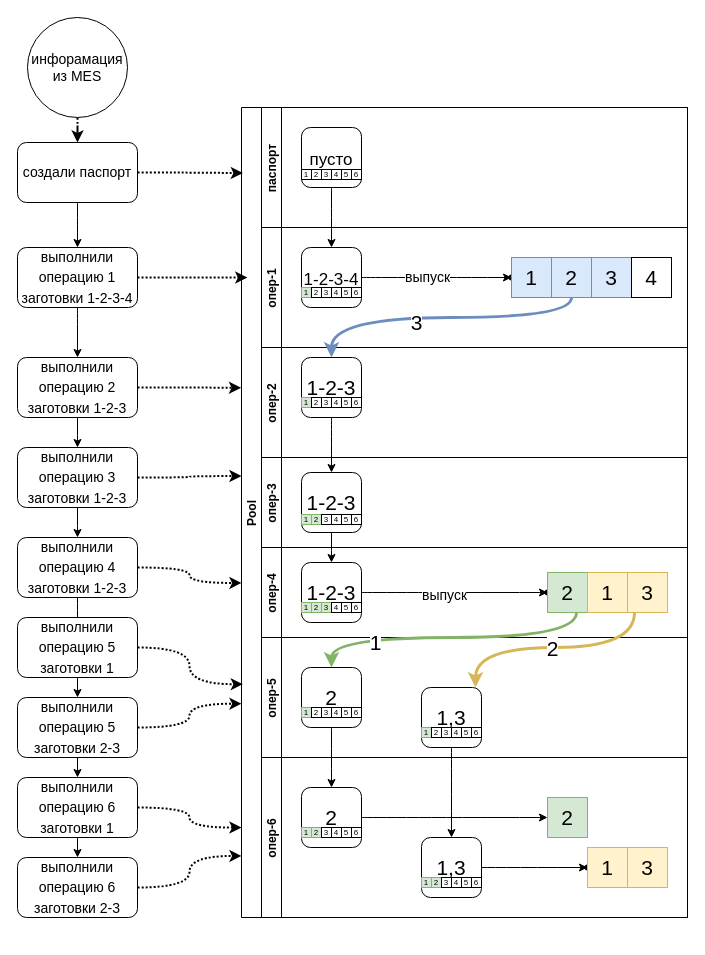
sashok74/Rarus keeps this draw.io diagram as VSMPO/models/Пример дополнительных этапов 3.drawio. Above is the earlier version. Source tidied: cells renumbered, new cells numbered last; positions are measured from the earlier drawing's top-left corner, leaving out a move shared by most shapes. Both pictures are drawn from the tidied source at 100%, with x=0, y=0 at pixel (17, 17).
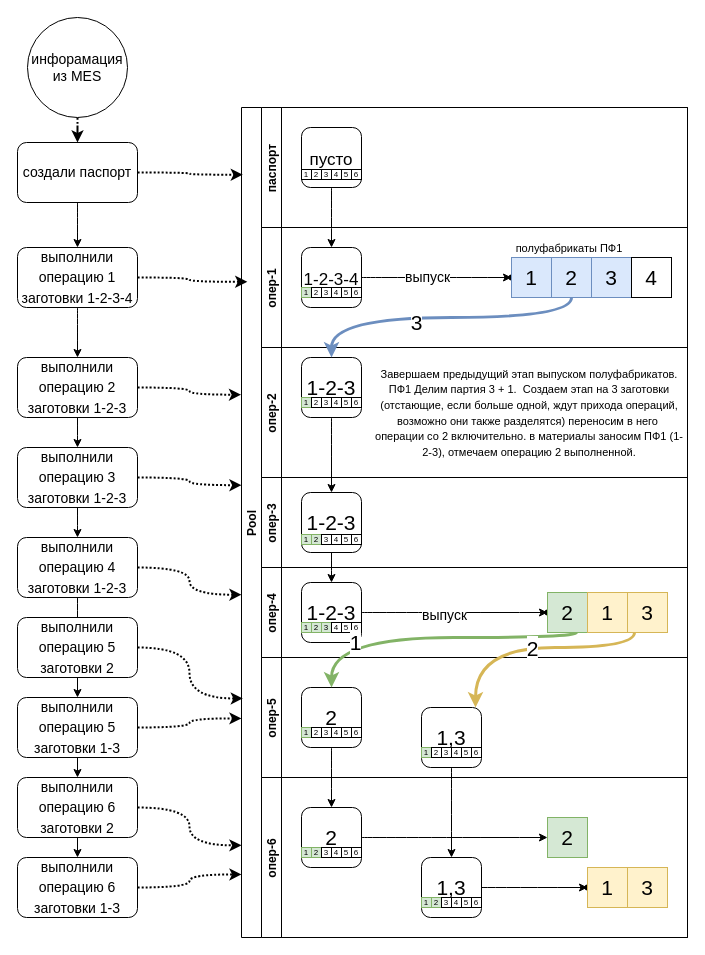
The same diagram, later.

Unchanged cells that the change refers to:
```xml
<mxCell id="15" value="опер-1" style="swimlane;startSize=20;horizontal=0;" parent="2" vertex="1">
  <mxGeometry x="20" y="120" width="426" height="120" as="geometry" />
</mxCell>
```

What changed in the source:
```diff
@@
     <mxCell id="2" value="Pool" style="swimlane;horizontal=0;startSize=20;" parent="1" vertex="1">
-      <mxGeometry x="224" y="90" width="446" height="810" as="geometry" />
+      <mxGeometry x="224" y="90" width="446" height="830" as="geometry" />
     </mxCell>
@@
+    <mxCell id="161" value="полуфабрикаты ПФ1" style="text;html=1;strokeColor=none;fillColor=none;align=center;verticalAlign=middle;whiteSpace=wrap;rounded=0;fontSize=11;" parent="15" vertex="1">
+      <mxGeometry x="246" y="12" width="124" height="18" as="geometry" />
+    </mxCell>
     <mxCell id="33" value="опер-2" style="swimlane;startSize=20;horizontal=0;" parent="2" vertex="1">
-      <mxGeometry x="20" y="240" width="426" height="110" as="geometry" />
+      <mxGeometry x="20" y="240" width="426" height="130" as="geometry" />
     </mxCell>
@@
+    <mxCell id="162" value="&lt;span style=&quot;font-size: 11px; text-align: left;&quot;&gt;Завершаем предыдущий этап выпуском полуфабрикатов. ПФ1 Делим партия 3 + 1.&amp;nbsp; Создаем этап на 3 заготовки (отстающие, если больше одной, ждут прихода операций, возможно они также разделятся) переносим в него&amp;nbsp; операции со 2 включительно. в материалы заносим ПФ1 (1-2-3), отмечаем операцию 2 выполненной.&lt;/span&gt;" style="text;html=1;strokeColor=none;fillColor=none;align=center;verticalAlign=middle;whiteSpace=wrap;rounded=0;fontSize=13;" parent="33" vertex="1">
+      <mxGeometry x="110" width="316" height="130" as="geometry" />
+    </mxCell>
     <mxCell id="44" value="опер-3" style="swimlane;startSize=20;horizontal=0;" parent="2" vertex="1">
-      <mxGeometry x="20" y="350" width="426" height="90" as="geometry" />
+      <mxGeometry x="20" y="370" width="426" height="90" as="geometry" />
     </mxCell>
@@
     <mxCell id="55" value="опер-4" style="swimlane;startSize=20;horizontal=0;" parent="2" vertex="1">
-      <mxGeometry x="20" y="440" width="426" height="90" as="geometry" />
+      <mxGeometry x="20" y="460" width="426" height="90" as="geometry" />
     </mxCell>
@@
     <mxCell id="74" value="опер-5" style="swimlane;startSize=20;horizontal=0;" parent="2" vertex="1">
-      <mxGeometry x="20" y="530" width="426" height="120" as="geometry" />
+      <mxGeometry x="20" y="550" width="426" height="120" as="geometry" />
     </mxCell>
@@
     <mxCell id="95" value="опер-6" style="swimlane;startSize=20;horizontal=0;" parent="2" vertex="1">
-      <mxGeometry x="20" y="650" width="426" height="160" as="geometry" />
+      <mxGeometry x="20" y="670" width="426" height="160" as="geometry" />
     </mxCell>
@@
-    <mxCell id="150" value="&lt;font style=&quot;font-size: 14px;&quot;&gt;выполнили операцию 5 заготовки 1&lt;/font&gt;" style="rounded=1;whiteSpace=wrap;html=1;fontSize=17;" parent="1" vertex="1">
+    <mxCell id="150" value="&lt;font style=&quot;font-size: 14px;&quot;&gt;выполнили операцию 5 заготовки 2&lt;/font&gt;" style="rounded=1;whiteSpace=wrap;html=1;fontSize=17;" parent="1" vertex="1">
       <mxGeometry y="600" width="120" height="60" as="geometry" />
     </mxCell>
@@
-    <mxCell id="153" value="&lt;font style=&quot;font-size: 14px;&quot;&gt;выполнили операцию 5 заготовки 2-3&lt;/font&gt;" style="rounded=1;whiteSpace=wrap;html=1;fontSize=17;" parent="1" vertex="1">
+    <mxCell id="153" value="&lt;font style=&quot;font-size: 14px;&quot;&gt;выполнили операцию 5 заготовки 1-3&lt;/font&gt;" style="rounded=1;whiteSpace=wrap;html=1;fontSize=17;" parent="1" vertex="1">
       <mxGeometry y="680" width="120" height="60" as="geometry" />
     </mxCell>
@@
-    <mxCell id="156" value="&lt;font style=&quot;font-size: 14px;&quot;&gt;выполнили операцию 6 заготовки 1&lt;/font&gt;" style="rounded=1;whiteSpace=wrap;html=1;fontSize=17;" parent="1" vertex="1">
+    <mxCell id="156" value="&lt;font style=&quot;font-size: 14px;&quot;&gt;выполнили операцию 6 заготовки 2&lt;/font&gt;" style="rounded=1;whiteSpace=wrap;html=1;fontSize=17;" parent="1" vertex="1">
       <mxGeometry y="760" width="120" height="60" as="geometry" />
     </mxCell>
@@
-    <mxCell id="158" value="&lt;font style=&quot;font-size: 14px;&quot;&gt;выполнили операцию 6 заготовки 2-3&lt;/font&gt;" style="rounded=1;whiteSpace=wrap;html=1;fontSize=17;" parent="1" vertex="1">
+    <mxCell id="158" value="&lt;font style=&quot;font-size: 14px;&quot;&gt;выполнили операцию 6 заготовки 1-3&lt;/font&gt;" style="rounded=1;whiteSpace=wrap;html=1;fontSize=17;" parent="1" vertex="1">
       <mxGeometry y="840" width="120" height="60" as="geometry" />
     </mxCell>
```
